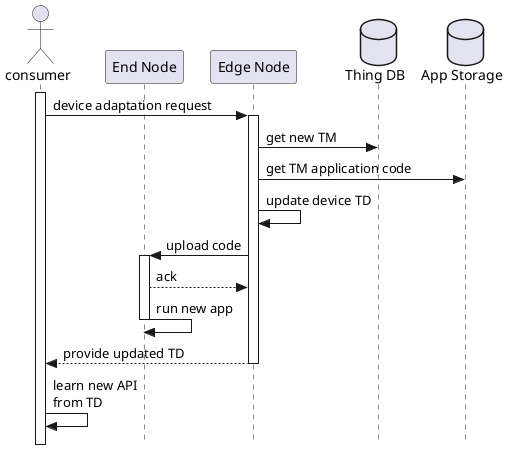
The PlantUML diagram uml/mutation_sequence.png in les2feup/CityLink, before a commit.
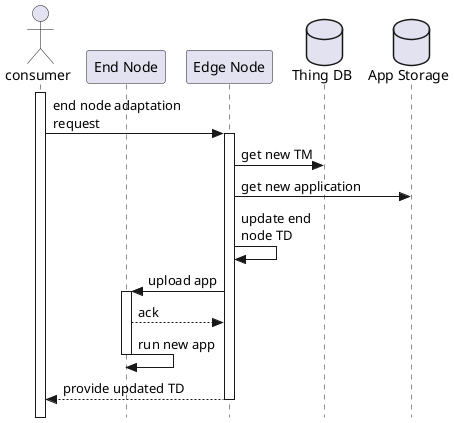
After the change.

Commit message:
updates to uml diagrams

What changed in the source:
```diff
@@ -10,23 +10,20 @@
 database "App Storage" as store
 
 activate consumer
-consumer -> node : device adaptation request
+consumer -> node : end node adaptation\nrequest
 
 activate node
 
     node -> db : get new TM
-    node -> store : get TM application code
+    node -> store : get new application
 
-    node -> node : update device TD
+    node -> node : update end\nnode TD
 
-    node -> iotdev : upload code
+    node -> iotdev : upload app
     activate iotdev
         iotdev --> node : ack
         iotdev -> iotdev : run new app
     deactivate iotdev
 
 return provide updated TD
-
-consumer -> consumer : learn new API\nfrom TD
-
 @enduml
```
